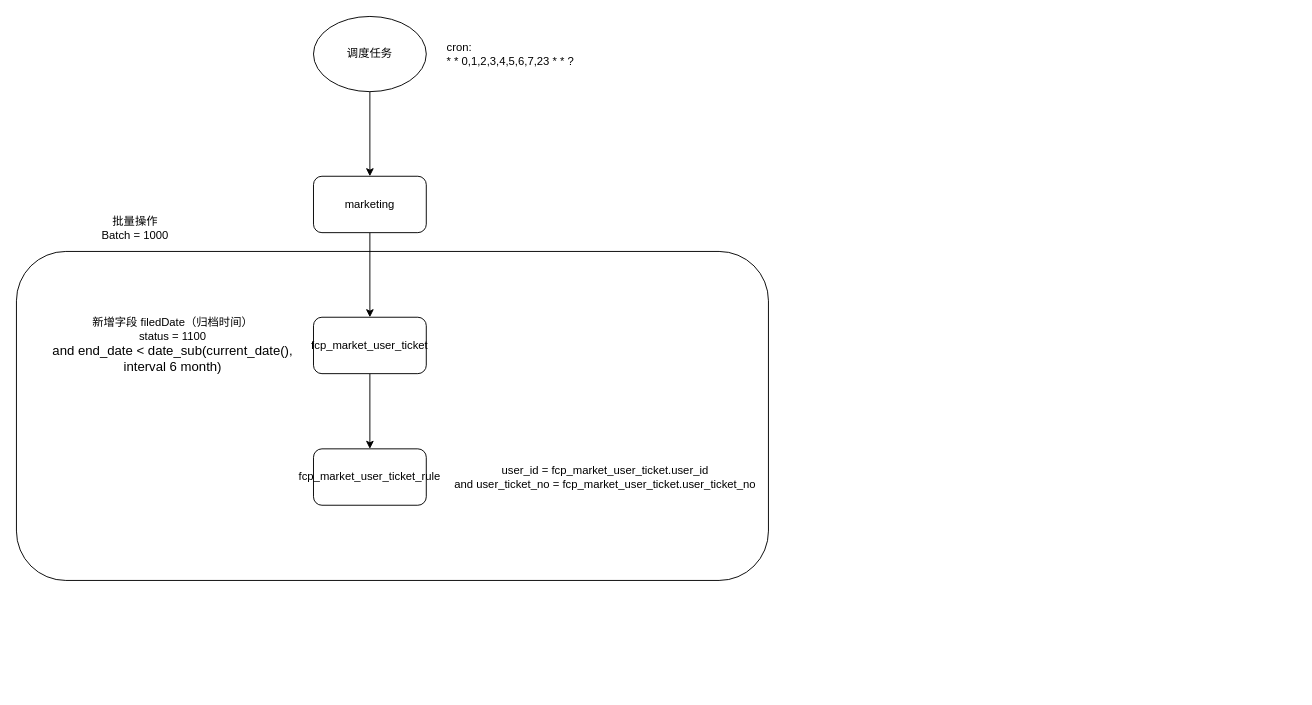
This is marketing/用户券归档JOB/job.drawio from gjie1991/draw, a draw.io file, before an edit. Source tidied: cells renumbered, new cells numbered last; positions are measured from the earlier drawing's top-left corner, leaving out a move shared by most shapes. Both pictures are drawn from the tidied source at 94%, with x=0, y=0 at pixel (16, 16).
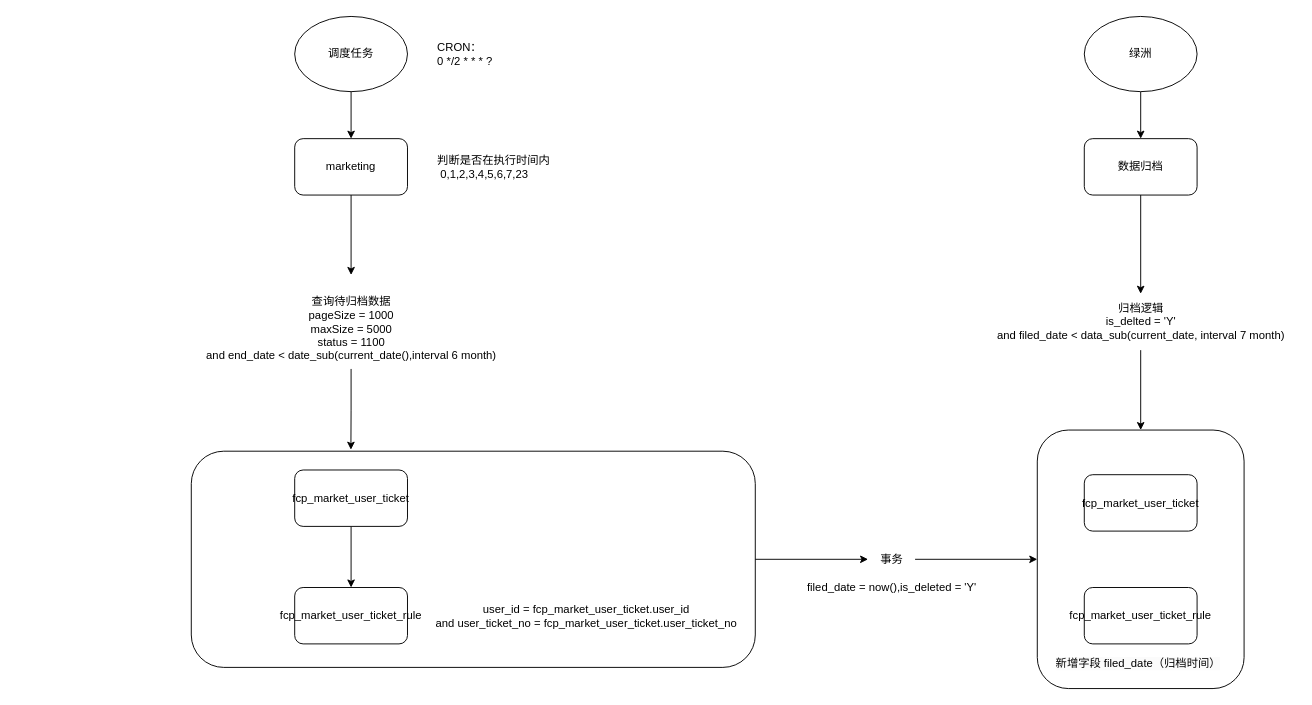
The same diagram, later.

The edit, as a diff of the source:
```diff
@@
-    <mxCell id="2" style="rounded=1;whiteSpace=wrap;html=1;" parent="1" vertex="1">
-      <mxGeometry y="250" width="800" height="350" as="geometry" />
-    </mxCell>
+    <mxCell id="14" style="rounded=1;whiteSpace=wrap;html=1;" parent="1" vertex="1">
+      <mxGeometry x="186" y="462.5" width="600" height="230" as="geometry" />
+    </mxCell>
+    <mxCell id="15" style="rounded=1;whiteSpace=wrap;html=1;" parent="1" vertex="1">
+      <mxGeometry x="1086" y="440" width="220" height="275" as="geometry" />
+    </mxCell>
+    <mxCell id="16" style="edgeStyle=orthogonalEdgeStyle;rounded=0;jettySize=auto;html=1;entryX=0;entryY=0.5;entryDx=0;entryDy=0;exitX=1;exitY=0.5;exitDx=0;exitDy=0;" parent="1" edge="1" source="25" target="15">
+      <mxGeometry relative="1" as="geometry" />
+    </mxCell>
@@
     <mxCell id="4" value="调度任务" style="ellipse;whiteSpace=wrap;html=1;" parent="1" vertex="1">
-      <mxGeometry x="316" width="120" height="80" as="geometry" />
+      <mxGeometry x="296" width="120" height="80" as="geometry" />
     </mxCell>
-    <mxCell id="5" value="cron:&lt;br&gt;* * 0,1,2,3,4,5,6,7,23 * * ?&amp;nbsp;" style="text;html=1;align=left;verticalAlign=middle;strokeColor=none;fillColor=none;" parent="1" vertex="1">
-      <mxGeometry x="456" y="20" width="160" height="40" as="geometry" />
+    <mxCell id="5" value="判断是否在执行时间内&lt;br&gt;&amp;nbsp;0,1,2,3,4,5,6,7,23&amp;nbsp;" style="text;html=1;align=left;verticalAlign=middle;strokeColor=none;fillColor=none;" parent="1" vertex="1">
+      <mxGeometry x="446" y="140" width="140" height="40" as="geometry" />
     </mxCell>
-    <mxCell id="6" style="edgeStyle=orthogonalEdgeStyle;rounded=0;jettySize=auto;html=1;entryX=0.5;entryY=0;entryDx=0;entryDy=0;" parent="1" edge="1" source="7" target="9">
+    <mxCell id="6" style="edgeStyle=orthogonalEdgeStyle;rounded=0;jettySize=auto;html=1;entryX=0.283;entryY=-0.007;entryDx=0;entryDy=0;entryPerimeter=0;" parent="1" edge="1" source="11" target="14">
       <mxGeometry relative="1" as="geometry" />
     </mxCell>
     <mxCell id="7" value="marketing" style="rounded=1;whiteSpace=wrap;html=1;" parent="1" vertex="1">
-      <mxGeometry x="316" y="170" width="120" height="60" as="geometry" />
+      <mxGeometry x="296" y="130" width="120" height="60" as="geometry" />
     </mxCell>
@@
     <mxCell id="9" value="fcp_market_user_ticket" style="rounded=1;whiteSpace=wrap;html=1;" parent="1" vertex="1">
-      <mxGeometry x="316" y="320" width="120" height="60" as="geometry" />
+      <mxGeometry x="296" y="482.5" width="120" height="60" as="geometry" />
     </mxCell>
     <mxCell id="10" value="fcp_market_user_ticket_rule" style="rounded=1;whiteSpace=wrap;html=1;" parent="1" vertex="1">
-      <mxGeometry x="316" y="460" width="120" height="60" as="geometry" />
+      <mxGeometry x="296" y="607.5" width="120" height="60" as="geometry" />
     </mxCell>
+    <mxCell id="12" value="user_id =&amp;nbsp;fcp_market_user_ticket.user_id&lt;br&gt;and user_ticket_no = fcp_market_user_ticket.user_ticket_no" style="text;html=1;align=center;verticalAlign=middle;strokeColor=none;fillColor=none;" parent="1" vertex="1">
+      <mxGeometry x="436" y="617.5" width="340" height="40" as="geometry" />
+    </mxCell>
+    <mxCell id="17" value="fcp_market_user_ticket" style="rounded=1;whiteSpace=wrap;html=1;" parent="1" vertex="1">
+      <mxGeometry x="1136" y="487.5" width="120" height="60" as="geometry" />
+    </mxCell>
+    <mxCell id="18" value="fcp_market_user_ticket_rule" style="rounded=1;whiteSpace=wrap;html=1;" parent="1" vertex="1">
+      <mxGeometry x="1136" y="607.5" width="120" height="60" as="geometry" />
+    </mxCell>
+    <mxCell id="19" value="filed_date = now(),is_deleted = 'Y'" style="text;html=1;align=center;verticalAlign=middle;strokeColor=none;fillColor=none;" parent="1" vertex="1">
+      <mxGeometry x="831" y="592.5" width="200" height="30" as="geometry" />
+    </mxCell>
+    <mxCell id="20" style="edgeStyle=orthogonalEdgeStyle;rounded=0;jettySize=auto;html=1;entryX=0.5;entryY=0;entryDx=0;entryDy=0;" parent="1" edge="1" source="21" target="23">
+      <mxGeometry relative="1" as="geometry" />
+    </mxCell>
+    <mxCell id="21" value="绿洲" style="ellipse;whiteSpace=wrap;html=1;" parent="1" vertex="1">
+      <mxGeometry x="1136" width="120" height="80" as="geometry" />
+    </mxCell>
+    <mxCell id="22" style="edgeStyle=orthogonalEdgeStyle;rounded=0;jettySize=auto;html=1;entryX=0.5;entryY=0;entryDx=0;entryDy=0;" parent="1" edge="1" source="27" target="15">
+      <mxGeometry relative="1" as="geometry" />
+    </mxCell>
+    <mxCell id="23" value="数据归档" style="rounded=1;whiteSpace=wrap;html=1;" parent="1" vertex="1">
+      <mxGeometry x="1136" y="130" width="120" height="60" as="geometry" />
+    </mxCell>
+    <mxCell id="24" style="edgeStyle=orthogonalEdgeStyle;rounded=0;jettySize=auto;html=1;entryX=0;entryY=0.5;entryDx=0;entryDy=0;exitX=1;exitY=0.5;exitDx=0;exitDy=0;" parent="1" edge="1" source="14" target="25">
+      <mxGeometry relative="1" as="geometry" />
+    </mxCell>
+    <mxCell id="25" value="事务" style="text;html=1;align=center;verticalAlign=middle;points=[];strokeColor=none;fillColor=none;" parent="1" vertex="1">
+      <mxGeometry x="906" y="562.5" width="50" height="30" as="geometry" />
+    </mxCell>
+    <mxCell id="26" style="edgeStyle=orthogonalEdgeStyle;rounded=0;jettySize=auto;html=1;entryX=0.5;entryY=0;entryDx=0;entryDy=0;" parent="1" edge="1" source="23" target="27">
+      <mxGeometry relative="1" as="geometry" />
+    </mxCell>
+    <mxCell id="27" value="归档逻辑&lt;br&gt;is_delted = 'Y'&lt;br&gt;and filed_date &amp;lt; data_sub(current_date, interval 7 month)" style="text;html=1;align=center;verticalAlign=middle;points=[];strokeColor=none;fillColor=none;" parent="1" vertex="1">
+      <mxGeometry x="1031" y="295" width="330" height="60" as="geometry" />
+    </mxCell>
+    <mxCell id="28" style="edgeStyle=orthogonalEdgeStyle;rounded=0;jettySize=auto;html=1;" parent="1" edge="1" source="7" target="11">
+      <mxGeometry relative="1" as="geometry" />
+    </mxCell>
-    <mxCell id="11" value="新增字段 filedDate（归档时间）&lt;br&gt;status = 1100&lt;br style=&quot;border-color: var(--border-color); font-family: Arial, sans-serif; font-size: 14px; text-align: start;&quot;&gt;&lt;span style=&quot;font-family: Arial, sans-serif; font-size: 14px; text-align: start;&quot;&gt;and end_date &amp;lt; date_sub(current_date(),&lt;/span&gt;&lt;br style=&quot;border-color: var(--border-color); font-family: Arial, sans-serif; font-size: 14px; text-align: start;&quot;&gt;&lt;span style=&quot;font-family: Arial, sans-serif; font-size: 14px; text-align: start;&quot;&gt;interval 6 month)&lt;/span&gt;" style="text;html=1;align=center;verticalAlign=middle;points=[];strokeColor=none;fillColor=none;" parent="1" vertex="1">
-      <mxGeometry x="26" y="310" width="280" height="80" as="geometry" />
+    <mxCell id="11" value="&lt;font style=&quot;font-size: 12px;&quot;&gt;&lt;br&gt;查询待归档数据&lt;br style=&quot;border-color: var(--border-color);&quot;&gt;pageSize = 1000&lt;br style=&quot;border-color: var(--border-color);&quot;&gt;maxSize = 5000&lt;br&gt;status = 1100&lt;br style=&quot;border-color: var(--border-color); font-family: Arial, sans-serif; text-align: start;&quot;&gt;&lt;span style=&quot;font-family: Arial, sans-serif; text-align: start;&quot;&gt;and end_date &amp;lt; date_sub(current_date(),&lt;/span&gt;&lt;span style=&quot;font-family: Arial, sans-serif; text-align: start;&quot;&gt;interval 6 month)&lt;/span&gt;&lt;/font&gt;" style="text;html=1;align=center;verticalAlign=middle;points=[];strokeColor=none;fillColor=none;" parent="1" vertex="1">
+      <mxGeometry x="191" y="275" width="330" height="100" as="geometry" />
     </mxCell>
-    <mxCell id="12" value="user_id =&amp;nbsp;fcp_market_user_ticket.user_id&lt;br&gt;and user_ticket_no = fcp_market_user_ticket.user_ticket_no" style="text;html=1;align=center;verticalAlign=middle;strokeColor=none;fillColor=none;" parent="1" vertex="1">
-      <mxGeometry x="456" y="470" width="340" height="40" as="geometry" />
-    </mxCell>
-    <mxCell id="13" value="批量操作&lt;br&gt;Batch = 1000" style="text;html=1;align=center;verticalAlign=middle;strokeColor=none;fillColor=none;" parent="1" vertex="1">
-      <mxGeometry x="81" y="205" width="90" height="40" as="geometry" />
-    </mxCell>
+    <mxCell id="29" value="CRON：&lt;br&gt;0 */2 * * * ?" style="text;html=1;align=left;verticalAlign=middle;strokeColor=none;fillColor=none;" parent="1" vertex="1">
+      <mxGeometry x="446" y="20" width="80" height="40" as="geometry" />
+    </mxCell>
+    <mxCell id="30" value="&lt;span style=&quot;color: rgb(0, 0, 0); font-family: Helvetica; font-size: 12px; font-style: normal; font-variant-ligatures: normal; font-variant-caps: normal; font-weight: 400; letter-spacing: normal; orphans: 2; text-align: center; text-indent: 0px; text-transform: none; widows: 2; word-spacing: 0px; -webkit-text-stroke-width: 0px; background-color: rgb(251, 251, 251); text-decoration-thickness: initial; text-decoration-style: initial; text-decoration-color: initial; float: none; display: inline !important;&quot;&gt;新增字段 filed_date（归档时间）&lt;/span&gt;" style="text;whiteSpace=wrap;html=1;" parent="1" vertex="1">
+      <mxGeometry x="1103.5" y="675" width="185" height="40" as="geometry" />
+    </mxCell>
```
